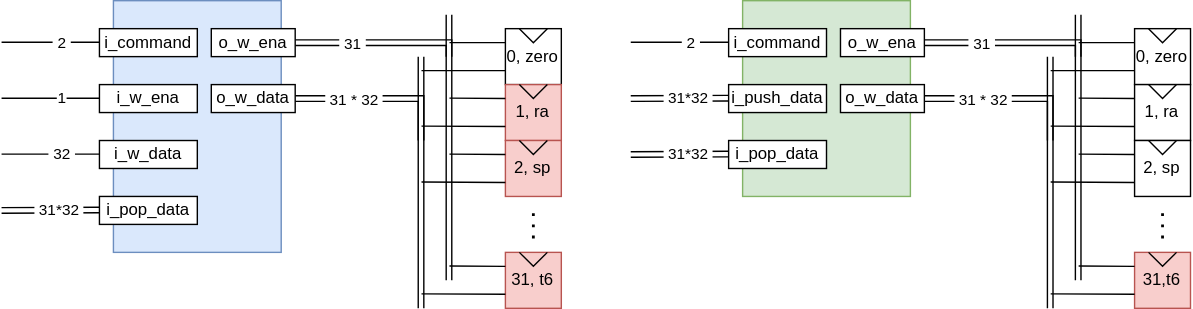
Earlier version of the draw.io export images/instance_reg.svg (hippo-rv/veryl_stacked_regfile). Source tidied: cells renumbered, new cells last; positions are measured from the earlier drawing's top-left corner, leaving out a move shared by most shapes. The source it was exported from:
```xml
<mxGraphModel>
  <root>
    <mxCell id="0" />
    <mxCell id="1" parent="0" />
    <mxCell id="2" value="0,&amp;nbsp;&lt;span style=&quot;background-color: transparent; color: light-dark(rgb(0, 0, 0), rgb(255, 255, 255));&quot;&gt;zero&lt;/span&gt;" style="rounded=0;whiteSpace=wrap;html=1;" parent="1" vertex="1">
      <mxGeometry x="360.3" y="20" width="40" height="40" as="geometry" />
    </mxCell>
    <mxCell id="3" value="1, ra" style="rounded=0;whiteSpace=wrap;html=1;fillColor=#f8cecc;strokeColor=#b85450;" parent="1" vertex="1">
      <mxGeometry x="360.3" y="60" width="40" height="40" as="geometry" />
    </mxCell>
    <mxCell id="4" value="2, sp" style="rounded=0;whiteSpace=wrap;html=1;fillColor=#f8cecc;strokeColor=#b85450;" parent="1" vertex="1">
      <mxGeometry x="360.3" y="100" width="40" height="40" as="geometry" />
    </mxCell>
    <mxCell id="5" style="endArrow=none;html=1;rounded=0;" parent="1" edge="1">
      <mxGeometry relative="1" as="geometry">
        <mxPoint x="370.3" y="20" as="sourcePoint" />
        <mxPoint x="390.3" y="20" as="targetPoint" />
        <Array as="points">
          <mxPoint x="380.3" y="30" />
        </Array>
      </mxGeometry>
    </mxCell>
    <mxCell id="6" style="endArrow=none;html=1;rounded=0;" parent="1" edge="1">
      <mxGeometry relative="1" as="geometry">
        <mxPoint x="370.3" y="60" as="sourcePoint" />
        <mxPoint x="390.3" y="60" as="targetPoint" />
        <Array as="points">
          <mxPoint x="380.3" y="70" />
        </Array>
      </mxGeometry>
    </mxCell>
    <mxCell id="7" style="endArrow=none;html=1;rounded=0;" parent="1" edge="1">
      <mxGeometry relative="1" as="geometry">
        <mxPoint x="370.3" y="100" as="sourcePoint" />
        <mxPoint x="390.3" y="100" as="targetPoint" />
        <Array as="points">
          <mxPoint x="380.3" y="110" />
        </Array>
      </mxGeometry>
    </mxCell>
    <mxCell id="8" value="31, t6" style="rounded=0;whiteSpace=wrap;html=1;fillColor=#f8cecc;strokeColor=#b85450;" parent="1" vertex="1">
      <mxGeometry x="360.3" y="180" width="40" height="40" as="geometry" />
    </mxCell>
    <mxCell id="9" style="endArrow=none;html=1;rounded=0;" parent="1" edge="1">
      <mxGeometry relative="1" as="geometry">
        <mxPoint x="370.3" y="180" as="sourcePoint" />
        <mxPoint x="390.3" y="180" as="targetPoint" />
        <Array as="points">
          <mxPoint x="380.3" y="190" />
        </Array>
      </mxGeometry>
    </mxCell>
    <mxCell id="10" style="endArrow=none;html=1;rounded=0;exitX=0;exitY=0.25;exitDx=0;exitDy=0;" parent="1" edge="1" source="2">
      <mxGeometry relative="1" as="geometry">
        <mxPoint x="320.3" y="30" as="targetPoint" />
      </mxGeometry>
    </mxCell>
    <mxCell id="11" style="endArrow=none;html=1;rounded=0;exitX=0;exitY=0.25;exitDx=0;exitDy=0;" parent="1" edge="1" source="3">
      <mxGeometry relative="1" as="geometry">
        <mxPoint x="320.3" y="69.7" as="targetPoint" />
      </mxGeometry>
    </mxCell>
    <mxCell id="12" style="endArrow=none;html=1;rounded=0;exitX=0;exitY=0.25;exitDx=0;exitDy=0;" parent="1" edge="1" source="4">
      <mxGeometry relative="1" as="geometry">
        <mxPoint x="320.3" y="109.7" as="targetPoint" />
      </mxGeometry>
    </mxCell>
    <mxCell id="13" style="endArrow=none;html=1;rounded=0;exitX=0;exitY=0.25;exitDx=0;exitDy=0;" parent="1" edge="1" source="8">
      <mxGeometry relative="1" as="geometry">
        <mxPoint x="320.3" y="189.7" as="targetPoint" />
      </mxGeometry>
    </mxCell>
    <mxCell id="14" style="shape=link;html=1;rounded=0;exitX=1;exitY=0.5;exitDx=0;exitDy=0;" parent="1" edge="1">
      <mxGeometry relative="1" as="geometry">
        <mxPoint x="210" y="30" as="sourcePoint" />
        <mxPoint x="320" y="200" as="targetPoint" />
        <Array as="points">
          <mxPoint x="320" y="30" />
        </Array>
      </mxGeometry>
    </mxCell>
    <mxCell id="15" value="&amp;nbsp;31&amp;nbsp;" style="edgeLabel;html=1;align=center;verticalAlign=middle;" parent="14" vertex="1">
      <mxGeometry x="-0.68" y="2" relative="1" as="geometry">
        <mxPoint x="-5" y="2" as="offset" />
      </mxGeometry>
    </mxCell>
    <mxCell id="16" style="endArrow=none;html=1;rounded=0;exitX=0;exitY=0.75;exitDx=0;exitDy=0;" parent="1" edge="1" source="2">
      <mxGeometry relative="1" as="geometry">
        <mxPoint x="300.3" y="50" as="targetPoint" />
      </mxGeometry>
    </mxCell>
    <mxCell id="17" style="endArrow=none;html=1;rounded=0;exitX=0;exitY=0.75;exitDx=0;exitDy=0;" parent="1" edge="1" source="3">
      <mxGeometry relative="1" as="geometry">
        <mxPoint x="300.3" y="89.7" as="targetPoint" />
      </mxGeometry>
    </mxCell>
    <mxCell id="18" style="endArrow=none;html=1;rounded=0;exitX=0;exitY=0.75;exitDx=0;exitDy=0;" parent="1" edge="1" source="4">
      <mxGeometry relative="1" as="geometry">
        <mxPoint x="300.3" y="129.7" as="targetPoint" />
      </mxGeometry>
    </mxCell>
    <mxCell id="19" style="endArrow=none;html=1;rounded=0;exitX=0;exitY=0.75;exitDx=0;exitDy=0;" parent="1" edge="1" source="8">
      <mxGeometry relative="1" as="geometry">
        <mxPoint x="300.3" y="209.7" as="targetPoint" />
      </mxGeometry>
    </mxCell>
    <mxCell id="20" style="shape=link;html=1;rounded=0;exitX=1;exitY=0.5;exitDx=0;exitDy=0;" parent="1" edge="1" source="25">
      <mxGeometry relative="1" as="geometry">
        <mxPoint x="300" y="220" as="targetPoint" />
        <Array as="points">
          <mxPoint x="300" y="70" />
        </Array>
      </mxGeometry>
    </mxCell>
    <mxCell id="21" value="&amp;nbsp;31 * 32&amp;nbsp;" style="edgeLabel;html=1;align=center;verticalAlign=middle;" parent="20" vertex="1">
      <mxGeometry x="-0.66" y="1" relative="1" as="geometry">
        <mxPoint y="1" as="offset" />
      </mxGeometry>
    </mxCell>
    <mxCell id="22" style="endArrow=none;dashed=1;html=1;dashPattern=1 3;strokeWidth=2;rounded=0;" parent="1" edge="1">
      <mxGeometry relative="1" as="geometry">
        <mxPoint x="380.3" y="170" as="sourcePoint" />
        <mxPoint x="380.3" y="150" as="targetPoint" />
      </mxGeometry>
    </mxCell>
    <mxCell id="23" style="rounded=0;whiteSpace=wrap;html=1;fillColor=#dae8fc;strokeColor=#6c8ebf;" parent="1" vertex="1">
      <mxGeometry x="80" width="120" height="180" as="geometry" />
    </mxCell>
    <mxCell id="24" value="o_w_ena" style="rounded=0;whiteSpace=wrap;html=1;" parent="1" vertex="1">
      <mxGeometry x="150" y="20" width="60" height="20" as="geometry" />
    </mxCell>
    <mxCell id="25" value="o_w_data" style="rounded=0;whiteSpace=wrap;html=1;" parent="1" vertex="1">
      <mxGeometry x="150" y="60" width="60" height="20" as="geometry" />
    </mxCell>
    <mxCell id="26" value="i_w_ena" style="rounded=0;whiteSpace=wrap;html=1;" parent="1" vertex="1">
      <mxGeometry x="70" y="60" width="70" height="20" as="geometry" />
    </mxCell>
    <mxCell id="27" value="i_w_data" style="rounded=0;whiteSpace=wrap;html=1;" parent="1" vertex="1">
      <mxGeometry x="70" y="100" width="70" height="20" as="geometry" />
    </mxCell>
    <mxCell id="28" value="i_pop_data" style="rounded=0;whiteSpace=wrap;html=1;" parent="1" vertex="1">
      <mxGeometry x="70" y="140" width="70" height="20" as="geometry" />
    </mxCell>
    <mxCell id="29" style="shape=link;html=1;rounded=0;" parent="1" edge="1">
      <mxGeometry relative="1" as="geometry">
        <mxPoint y="150" as="sourcePoint" />
        <mxPoint x="70" y="149.7" as="targetPoint" />
      </mxGeometry>
    </mxCell>
    <mxCell id="30" value="&amp;nbsp;31*32&amp;nbsp;" style="edgeLabel;html=1;align=center;verticalAlign=middle;" parent="29" vertex="1">
      <mxGeometry x="0.14" y="-3" relative="1" as="geometry">
        <mxPoint y="-3" as="offset" />
      </mxGeometry>
    </mxCell>
    <mxCell id="31" style="endArrow=none;html=1;rounded=0;entryX=0;entryY=0.5;entryDx=0;entryDy=0;" parent="1" edge="1">
      <mxGeometry relative="1" as="geometry">
        <mxPoint y="109.8" as="sourcePoint" />
        <mxPoint x="70" y="109.8" as="targetPoint" />
      </mxGeometry>
    </mxCell>
    <mxCell id="32" value="&amp;nbsp;32&amp;nbsp;" style="edgeLabel;html=1;align=center;verticalAlign=middle;" parent="31" vertex="1">
      <mxGeometry x="0.21" relative="1" as="geometry" />
    </mxCell>
    <mxCell id="33" value="i_command" style="rounded=0;whiteSpace=wrap;html=1;" parent="1" vertex="1">
      <mxGeometry x="70" y="20" width="70" height="20" as="geometry" />
    </mxCell>
    <mxCell id="34" style="shape=link;html=1;rounded=0;" parent="1" edge="1">
      <mxGeometry relative="1" as="geometry">
        <mxPoint x="300" y="40" as="sourcePoint" />
        <mxPoint x="300" y="100" as="targetPoint" />
      </mxGeometry>
    </mxCell>
    <mxCell id="35" style="shape=link;html=1;rounded=0;" parent="1" edge="1">
      <mxGeometry relative="1" as="geometry">
        <mxPoint x="320" y="10" as="sourcePoint" />
        <mxPoint x="320" y="40" as="targetPoint" />
      </mxGeometry>
    </mxCell>
    <mxCell id="36" style="endArrow=none;html=1;rounded=0;entryX=0;entryY=0.5;entryDx=0;entryDy=0;" parent="1" edge="1">
      <mxGeometry relative="1" as="geometry">
        <mxPoint y="69.8" as="sourcePoint" />
        <mxPoint x="70" y="69.8" as="targetPoint" />
      </mxGeometry>
    </mxCell>
    <mxCell id="37" value="1" style="edgeLabel;html=1;align=center;verticalAlign=middle;" parent="36" vertex="1">
      <mxGeometry x="0.21" relative="1" as="geometry" />
    </mxCell>
    <mxCell id="38" style="endArrow=none;html=1;rounded=0;entryX=0;entryY=0.5;entryDx=0;entryDy=0;" parent="1" edge="1">
      <mxGeometry relative="1" as="geometry">
        <mxPoint y="29.8" as="sourcePoint" />
        <mxPoint x="70" y="29.8" as="targetPoint" />
      </mxGeometry>
    </mxCell>
    <mxCell id="39" value="&amp;nbsp;2&amp;nbsp;" style="edgeLabel;html=1;align=center;verticalAlign=middle;" parent="38" vertex="1">
      <mxGeometry x="0.21" relative="1" as="geometry" />
    </mxCell>
    <mxCell id="40" value="0, zero" style="rounded=0;whiteSpace=wrap;html=1;" parent="1" vertex="1">
      <mxGeometry x="810.3" y="20" width="40" height="40" as="geometry" />
    </mxCell>
    <mxCell id="41" value="1, ra" style="rounded=0;whiteSpace=wrap;html=1;" parent="1" vertex="1">
      <mxGeometry x="810.3" y="60" width="40" height="40" as="geometry" />
    </mxCell>
    <mxCell id="42" value="2, sp" style="rounded=0;whiteSpace=wrap;html=1;" parent="1" vertex="1">
      <mxGeometry x="810.3" y="100" width="40" height="40" as="geometry" />
    </mxCell>
    <mxCell id="43" style="endArrow=none;html=1;rounded=0;" parent="1" edge="1">
      <mxGeometry relative="1" as="geometry">
        <mxPoint x="820.3" y="20" as="sourcePoint" />
        <mxPoint x="840.3" y="20" as="targetPoint" />
        <Array as="points">
          <mxPoint x="830.3" y="30" />
        </Array>
      </mxGeometry>
    </mxCell>
    <mxCell id="44" style="endArrow=none;html=1;rounded=0;" parent="1" edge="1">
      <mxGeometry relative="1" as="geometry">
        <mxPoint x="820.3" y="60" as="sourcePoint" />
        <mxPoint x="840.3" y="60" as="targetPoint" />
        <Array as="points">
          <mxPoint x="830.3" y="70" />
        </Array>
      </mxGeometry>
    </mxCell>
    <mxCell id="45" style="endArrow=none;html=1;rounded=0;" parent="1" edge="1">
      <mxGeometry relative="1" as="geometry">
        <mxPoint x="820.3" y="100" as="sourcePoint" />
        <mxPoint x="840.3" y="100" as="targetPoint" />
        <Array as="points">
          <mxPoint x="830.3" y="110" />
        </Array>
      </mxGeometry>
    </mxCell>
    <mxCell id="46" value="31,t6" style="rounded=0;whiteSpace=wrap;html=1;fillColor=#f8cecc;strokeColor=#b85450;" parent="1" vertex="1">
      <mxGeometry x="810.3" y="180" width="40" height="40" as="geometry" />
    </mxCell>
    <mxCell id="47" style="endArrow=none;html=1;rounded=0;" parent="1" edge="1">
      <mxGeometry relative="1" as="geometry">
        <mxPoint x="820.3" y="180" as="sourcePoint" />
        <mxPoint x="840.3" y="180" as="targetPoint" />
        <Array as="points">
          <mxPoint x="830.3" y="190" />
        </Array>
      </mxGeometry>
    </mxCell>
    <mxCell id="48" style="endArrow=none;html=1;rounded=0;exitX=0;exitY=0.25;exitDx=0;exitDy=0;" parent="1" edge="1" source="40">
      <mxGeometry relative="1" as="geometry">
        <mxPoint x="770.3" y="30" as="targetPoint" />
      </mxGeometry>
    </mxCell>
    <mxCell id="49" style="endArrow=none;html=1;rounded=0;exitX=0;exitY=0.25;exitDx=0;exitDy=0;" parent="1" edge="1" source="41">
      <mxGeometry relative="1" as="geometry">
        <mxPoint x="770.3" y="69.7" as="targetPoint" />
      </mxGeometry>
    </mxCell>
    <mxCell id="50" style="endArrow=none;html=1;rounded=0;exitX=0;exitY=0.25;exitDx=0;exitDy=0;" parent="1" edge="1" source="42">
      <mxGeometry relative="1" as="geometry">
        <mxPoint x="770.3" y="109.7" as="targetPoint" />
      </mxGeometry>
    </mxCell>
    <mxCell id="51" style="endArrow=none;html=1;rounded=0;exitX=0;exitY=0.25;exitDx=0;exitDy=0;" parent="1" edge="1" source="46">
      <mxGeometry relative="1" as="geometry">
        <mxPoint x="770.3" y="189.7" as="targetPoint" />
      </mxGeometry>
    </mxCell>
    <mxCell id="52" style="shape=link;html=1;rounded=0;exitX=1;exitY=0.5;exitDx=0;exitDy=0;" parent="1" edge="1">
      <mxGeometry relative="1" as="geometry">
        <mxPoint x="660" y="30" as="sourcePoint" />
        <mxPoint x="770" y="200" as="targetPoint" />
        <Array as="points">
          <mxPoint x="770" y="30" />
        </Array>
      </mxGeometry>
    </mxCell>
    <mxCell id="53" value="&amp;nbsp;31&amp;nbsp;" style="edgeLabel;html=1;align=center;verticalAlign=middle;" parent="52" vertex="1">
      <mxGeometry x="-0.68" y="2" relative="1" as="geometry">
        <mxPoint x="-5" y="2" as="offset" />
      </mxGeometry>
    </mxCell>
    <mxCell id="54" style="endArrow=none;html=1;rounded=0;exitX=0;exitY=0.75;exitDx=0;exitDy=0;" parent="1" edge="1" source="40">
      <mxGeometry relative="1" as="geometry">
        <mxPoint x="750.3" y="50" as="targetPoint" />
      </mxGeometry>
    </mxCell>
    <mxCell id="55" style="endArrow=none;html=1;rounded=0;exitX=0;exitY=0.75;exitDx=0;exitDy=0;" parent="1" edge="1" source="41">
      <mxGeometry relative="1" as="geometry">
        <mxPoint x="750.3" y="89.7" as="targetPoint" />
      </mxGeometry>
    </mxCell>
    <mxCell id="56" style="endArrow=none;html=1;rounded=0;exitX=0;exitY=0.75;exitDx=0;exitDy=0;" parent="1" edge="1" source="42">
      <mxGeometry relative="1" as="geometry">
        <mxPoint x="750.3" y="129.7" as="targetPoint" />
      </mxGeometry>
    </mxCell>
    <mxCell id="57" style="endArrow=none;html=1;rounded=0;exitX=0;exitY=0.75;exitDx=0;exitDy=0;" parent="1" edge="1" source="46">
      <mxGeometry relative="1" as="geometry">
        <mxPoint x="750.3" y="209.7" as="targetPoint" />
      </mxGeometry>
    </mxCell>
    <mxCell id="58" style="shape=link;html=1;rounded=0;exitX=1;exitY=0.5;exitDx=0;exitDy=0;" parent="1" edge="1" source="63">
      <mxGeometry relative="1" as="geometry">
        <mxPoint x="750" y="220" as="targetPoint" />
        <Array as="points">
          <mxPoint x="750" y="70" />
        </Array>
      </mxGeometry>
    </mxCell>
    <mxCell id="59" value="&amp;nbsp;31 * 32&amp;nbsp;" style="edgeLabel;html=1;align=center;verticalAlign=middle;" parent="58" vertex="1">
      <mxGeometry x="-0.66" y="1" relative="1" as="geometry">
        <mxPoint y="1" as="offset" />
      </mxGeometry>
    </mxCell>
    <mxCell id="60" style="endArrow=none;dashed=1;html=1;dashPattern=1 3;strokeWidth=2;rounded=0;" parent="1" edge="1">
      <mxGeometry relative="1" as="geometry">
        <mxPoint x="830.3" y="170" as="sourcePoint" />
        <mxPoint x="830.3" y="150" as="targetPoint" />
      </mxGeometry>
    </mxCell>
    <mxCell id="61" style="rounded=0;whiteSpace=wrap;html=1;fillColor=#d5e8d4;strokeColor=#82b366;" parent="1" vertex="1">
      <mxGeometry x="530" width="120" height="140" as="geometry" />
    </mxCell>
    <mxCell id="62" value="o_w_ena" style="rounded=0;whiteSpace=wrap;html=1;" parent="1" vertex="1">
      <mxGeometry x="600" y="20" width="60" height="20" as="geometry" />
    </mxCell>
    <mxCell id="63" value="o_w_data" style="rounded=0;whiteSpace=wrap;html=1;" parent="1" vertex="1">
      <mxGeometry x="600" y="60" width="60" height="20" as="geometry" />
    </mxCell>
    <mxCell id="64" value="i_pop_data" style="rounded=0;whiteSpace=wrap;html=1;" parent="1" vertex="1">
      <mxGeometry x="520" y="100" width="70" height="20" as="geometry" />
    </mxCell>
    <mxCell id="65" style="shape=link;html=1;rounded=0;" parent="1" edge="1">
      <mxGeometry relative="1" as="geometry">
        <mxPoint x="450" y="110" as="sourcePoint" />
        <mxPoint x="520" y="109.7" as="targetPoint" />
      </mxGeometry>
    </mxCell>
    <mxCell id="66" value="&amp;nbsp;31*32&amp;nbsp;" style="edgeLabel;html=1;align=center;verticalAlign=middle;" parent="65" vertex="1">
      <mxGeometry x="0.14" y="-3" relative="1" as="geometry">
        <mxPoint y="-3" as="offset" />
      </mxGeometry>
    </mxCell>
    <mxCell id="67" value="i_command" style="rounded=0;whiteSpace=wrap;html=1;" parent="1" vertex="1">
      <mxGeometry x="520" y="20" width="70" height="20" as="geometry" />
    </mxCell>
    <mxCell id="68" style="shape=link;html=1;rounded=0;" parent="1" edge="1">
      <mxGeometry relative="1" as="geometry">
        <mxPoint x="750" y="40" as="sourcePoint" />
        <mxPoint x="750" y="100" as="targetPoint" />
      </mxGeometry>
    </mxCell>
    <mxCell id="69" style="shape=link;html=1;rounded=0;" parent="1" edge="1">
      <mxGeometry relative="1" as="geometry">
        <mxPoint x="770" y="10" as="sourcePoint" />
        <mxPoint x="770" y="40" as="targetPoint" />
      </mxGeometry>
    </mxCell>
    <mxCell id="70" style="endArrow=none;html=1;rounded=0;entryX=0;entryY=0.5;entryDx=0;entryDy=0;" parent="1" edge="1">
      <mxGeometry relative="1" as="geometry">
        <mxPoint x="450" y="29.8" as="sourcePoint" />
        <mxPoint x="520" y="29.8" as="targetPoint" />
      </mxGeometry>
    </mxCell>
    <mxCell id="71" value="&amp;nbsp;2&amp;nbsp;" style="edgeLabel;html=1;align=center;verticalAlign=middle;" parent="70" vertex="1">
      <mxGeometry x="0.21" relative="1" as="geometry" />
    </mxCell>
    <mxCell id="72" value="i_push_data" style="rounded=0;whiteSpace=wrap;html=1;" parent="1" vertex="1">
      <mxGeometry x="520" y="60" width="70" height="20" as="geometry" />
    </mxCell>
    <mxCell id="73" style="shape=link;html=1;rounded=0;" parent="1" edge="1">
      <mxGeometry relative="1" as="geometry">
        <mxPoint x="450" y="70" as="sourcePoint" />
        <mxPoint x="520" y="69.7" as="targetPoint" />
      </mxGeometry>
    </mxCell>
    <mxCell id="74" value="&amp;nbsp;31*32&amp;nbsp;" style="edgeLabel;html=1;align=center;verticalAlign=middle;" parent="73" vertex="1">
      <mxGeometry x="0.14" y="-3" relative="1" as="geometry">
        <mxPoint y="-3" as="offset" />
      </mxGeometry>
    </mxCell>
  </root>
</mxGraphModel>
```
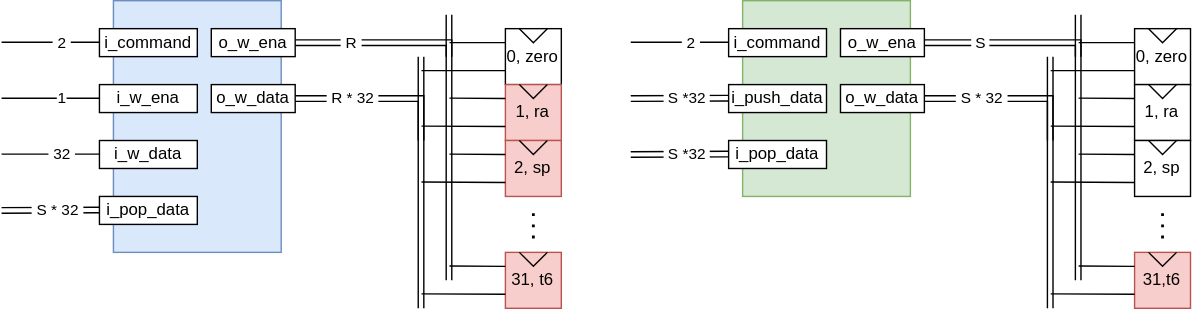
The same file after the commit.

Change to the diagram source:
```diff
@@ -79,7 +79,7 @@
         </Array>
       </mxGeometry>
     </mxCell>
-    <mxCell id="15" value="&amp;nbsp;31&amp;nbsp;" style="edgeLabel;html=1;align=center;verticalAlign=middle;" parent="14" vertex="1">
+    <mxCell id="15" value="&amp;nbsp;R&amp;nbsp;" style="edgeLabel;html=1;align=center;verticalAlign=middle;" parent="14" vertex="1">
       <mxGeometry x="-0.68" y="2" relative="1" as="geometry">
         <mxPoint x="-5" y="2" as="offset" />
       </mxGeometry>
@@ -112,7 +112,7 @@
         </Array>
       </mxGeometry>
     </mxCell>
-    <mxCell id="21" value="&amp;nbsp;31 * 32&amp;nbsp;" style="edgeLabel;html=1;align=center;verticalAlign=middle;" parent="20" vertex="1">
+    <mxCell id="21" value="&amp;nbsp;R * 32&amp;nbsp;" style="edgeLabel;html=1;align=center;verticalAlign=middle;" parent="20" vertex="1">
       <mxGeometry x="-0.66" y="1" relative="1" as="geometry">
         <mxPoint y="1" as="offset" />
       </mxGeometry>
@@ -147,7 +147,7 @@
         <mxPoint x="70" y="149.7" as="targetPoint" />
       </mxGeometry>
     </mxCell>
-    <mxCell id="30" value="&amp;nbsp;31*32&amp;nbsp;" style="edgeLabel;html=1;align=center;verticalAlign=middle;" parent="29" vertex="1">
+    <mxCell id="30" value="&amp;nbsp;S * 32&amp;nbsp;" style="edgeLabel;html=1;align=center;verticalAlign=middle;" parent="29" vertex="1">
       <mxGeometry x="0.14" y="-3" relative="1" as="geometry">
         <mxPoint y="-3" as="offset" />
       </mxGeometry>
@@ -271,7 +271,7 @@
         </Array>
       </mxGeometry>
     </mxCell>
-    <mxCell id="53" value="&amp;nbsp;31&amp;nbsp;" style="edgeLabel;html=1;align=center;verticalAlign=middle;" parent="52" vertex="1">
+    <mxCell id="53" value="&amp;nbsp;S&amp;nbsp;" style="edgeLabel;html=1;align=center;verticalAlign=middle;" parent="52" vertex="1">
       <mxGeometry x="-0.68" y="2" relative="1" as="geometry">
         <mxPoint x="-5" y="2" as="offset" />
       </mxGeometry>
@@ -304,7 +304,7 @@
         </Array>
       </mxGeometry>
     </mxCell>
-    <mxCell id="59" value="&amp;nbsp;31 * 32&amp;nbsp;" style="edgeLabel;html=1;align=center;verticalAlign=middle;" parent="58" vertex="1">
+    <mxCell id="59" value="&amp;nbsp;S * 32&amp;nbsp;" style="edgeLabel;html=1;align=center;verticalAlign=middle;" parent="58" vertex="1">
       <mxGeometry x="-0.66" y="1" relative="1" as="geometry">
         <mxPoint y="1" as="offset" />
       </mxGeometry>
@@ -333,7 +333,7 @@
         <mxPoint x="520" y="109.7" as="targetPoint" />
       </mxGeometry>
     </mxCell>
-    <mxCell id="66" value="&amp;nbsp;31*32&amp;nbsp;" style="edgeLabel;html=1;align=center;verticalAlign=middle;" parent="65" vertex="1">
+    <mxCell id="66" value="&amp;nbsp;S *32&amp;nbsp;" style="edgeLabel;html=1;align=center;verticalAlign=middle;" parent="65" vertex="1">
       <mxGeometry x="0.14" y="-3" relative="1" as="geometry">
         <mxPoint y="-3" as="offset" />
       </mxGeometry>
@@ -371,7 +371,7 @@
         <mxPoint x="520" y="69.7" as="targetPoint" />
       </mxGeometry>
     </mxCell>
-    <mxCell id="74" value="&amp;nbsp;31*32&amp;nbsp;" style="edgeLabel;html=1;align=center;verticalAlign=middle;" parent="73" vertex="1">
+    <mxCell id="74" value="&amp;nbsp;S *32&amp;nbsp;" style="edgeLabel;html=1;align=center;verticalAlign=middle;" parent="73" vertex="1">
       <mxGeometry x="0.14" y="-3" relative="1" as="geometry">
         <mxPoint y="-3" as="offset" />
       </mxGeometry>
```
